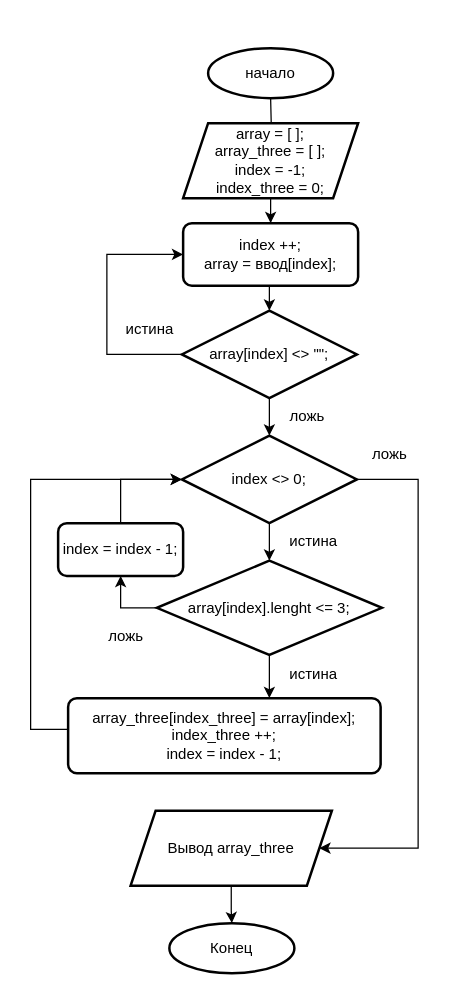
Above: final_control_work/block diagram.drawio in ArtemFinder/seminar-C- (draw.io), before the change. Source tidied: cells renumbered, new cells numbered last; positions are measured from the earlier drawing's top-left corner, leaving out a move shared by most shapes. Both pictures are drawn from the tidied source at 125%, with x=0, y=0 at pixel (30, 48).
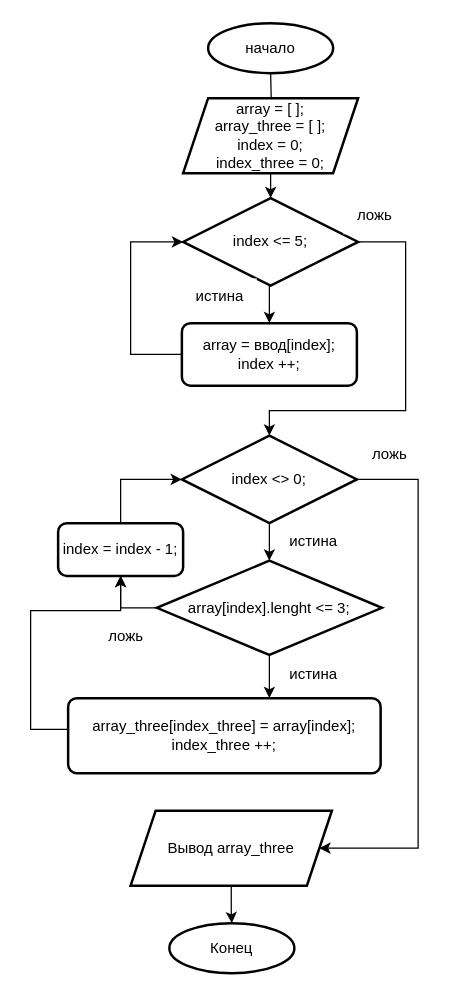
After the change.

Commit message (it also covers changes not shown here):
блок-схема

Unchanged cells that the change refers to:
```xml
<mxCell id="14" value="index &amp;lt;&amp;gt; 0;" style="rhombus;whiteSpace=wrap;html=1;strokeWidth=2;fillColor=default;gradientColor=none;" parent="1" vertex="1">
  <mxGeometry x="121" y="310" width="140" height="70" as="geometry" />
</mxCell>
<mxCell id="23" value="index = index - 1;" style="rounded=1;whiteSpace=wrap;html=1;absoluteArcSize=1;arcSize=14;strokeWidth=2;fillColor=default;gradientColor=none;" parent="1" vertex="1">
  <mxGeometry x="22" y="380" width="100" height="42.2" as="geometry" />
</mxCell>
```

Diff of the diagram source:
```diff
@@
     <mxCell id="2" style="edgeStyle=orthogonalEdgeStyle;rounded=0;jettySize=auto;html=1;" parent="1" edge="1" target="4">
       <mxGeometry relative="1" as="geometry">
-        <mxPoint x="192" y="40" as="sourcePoint" />
+        <mxPoint x="192" y="20" as="sourcePoint" />
       </mxGeometry>
     </mxCell>
-    <mxCell id="3" style="edgeStyle=orthogonalEdgeStyle;rounded=0;jettySize=auto;html=1;" parent="1" edge="1" source="4" target="9">
-      <mxGeometry relative="1" as="geometry" />
-    </mxCell>
+    <mxCell id="30" style="edgeStyle=orthogonalEdgeStyle;rounded=0;jettySize=auto;html=1;exitX=0.5;exitY=1;exitDx=0;exitDy=0;entryX=0.5;entryY=0;entryDx=0;entryDy=0;" parent="1" edge="1" source="4" target="7">
+      <mxGeometry relative="1" as="geometry" />
+    </mxCell>
-    <mxCell id="4" value="array = [ ];&lt;br&gt;array_three = [ ];&lt;br&gt;index = -1;&lt;br&gt;index_three = 0;" style="shape=parallelogram;perimeter=parallelogramPerimeter;whiteSpace=wrap;html=1;fixedSize=1;strokeWidth=2;" parent="1" vertex="1">
-      <mxGeometry x="122" y="60" width="140" height="60" as="geometry" />
+    <mxCell id="4" value="array = [ ];&lt;br&gt;array_three = [ ];&lt;br&gt;index = 0;&lt;br&gt;index_three = 0;" style="shape=parallelogram;perimeter=parallelogramPerimeter;whiteSpace=wrap;html=1;fixedSize=1;strokeWidth=2;" parent="1" vertex="1">
+      <mxGeometry x="122" y="40" width="140" height="60" as="geometry" />
     </mxCell>
-    <mxCell id="5" style="edgeStyle=orthogonalEdgeStyle;rounded=0;jettySize=auto;html=1;exitX=0;exitY=0.5;exitDx=0;exitDy=0;entryX=0;entryY=0.5;entryDx=0;entryDy=0;" parent="1" edge="1" source="7" target="9">
-      <mxGeometry relative="1" as="geometry">
-        <Array as="points">
-          <mxPoint x="61" y="245" />
-          <mxPoint x="61" y="165" />
-        </Array>
-      </mxGeometry>
+    <mxCell id="5" style="edgeStyle=orthogonalEdgeStyle;rounded=0;jettySize=auto;html=1;exitX=0.5;exitY=1;exitDx=0;exitDy=0;entryX=0.5;entryY=0;entryDx=0;entryDy=0;" parent="1" edge="1" source="7" target="9">
+      <mxGeometry relative="1" as="geometry" />
     </mxCell>
-    <mxCell id="6" style="edgeStyle=orthogonalEdgeStyle;rounded=0;jettySize=auto;html=1;" parent="1" edge="1" source="7" target="14">
-      <mxGeometry relative="1" as="geometry" />
+    <mxCell id="6" style="edgeStyle=orthogonalEdgeStyle;rounded=0;jettySize=auto;html=1;exitX=1;exitY=0.5;exitDx=0;exitDy=0;entryX=0.5;entryY=0;entryDx=0;entryDy=0;" parent="1" edge="1" source="7" target="14">
+      <mxGeometry relative="1" as="geometry">
+        <Array as="points">
+          <mxPoint x="300" y="155" />
+          <mxPoint x="300" y="290" />
+          <mxPoint x="191" y="290" />
+        </Array>
+      </mxGeometry>
     </mxCell>
-    <mxCell id="7" value="array[index] &amp;lt;&amp;gt; &quot;&quot;;" style="rhombus;whiteSpace=wrap;html=1;strokeWidth=2;" parent="1" vertex="1">
-      <mxGeometry x="121" y="210" width="140" height="70" as="geometry" />
+    <mxCell id="7" value="index &amp;lt;= 5;" style="rhombus;whiteSpace=wrap;html=1;strokeWidth=2;" parent="1" vertex="1">
+      <mxGeometry x="122" y="120" width="140" height="70" as="geometry" />
     </mxCell>
-    <mxCell id="8" style="edgeStyle=orthogonalEdgeStyle;rounded=0;jettySize=auto;html=1;exitX=0.5;exitY=1;exitDx=0;exitDy=0;entryX=0.5;entryY=0;entryDx=0;entryDy=0;" parent="1" edge="1" source="9" target="7">
-      <mxGeometry relative="1" as="geometry" />
+    <mxCell id="8" style="edgeStyle=orthogonalEdgeStyle;rounded=0;jettySize=auto;html=1;entryX=0;entryY=0.5;entryDx=0;entryDy=0;" parent="1" edge="1" source="9" target="7">
+      <mxGeometry relative="1" as="geometry">
+        <Array as="points">
+          <mxPoint x="80" y="245" />
+          <mxPoint x="80" y="155" />
+        </Array>
+      </mxGeometry>
     </mxCell>
-    <mxCell id="9" value="index ++;&lt;br&gt;array = ввод[index];" style="rounded=1;whiteSpace=wrap;html=1;absoluteArcSize=1;arcSize=14;strokeWidth=2;" parent="1" vertex="1">
-      <mxGeometry x="122" y="140" width="140" height="50" as="geometry" />
+    <mxCell id="9" value="array = ввод[index];&lt;br&gt;index ++;" style="rounded=1;whiteSpace=wrap;html=1;absoluteArcSize=1;arcSize=14;strokeWidth=2;" parent="1" vertex="1">
+      <mxGeometry x="121" y="220" width="140" height="50" as="geometry" />
     </mxCell>
     <mxCell id="10" value="начало&lt;br&gt;" style="strokeWidth=2;html=1;shape=mxgraph.flowchart.start_1;whiteSpace=wrap;" parent="1" vertex="1">
-      <mxGeometry x="142" width="100" height="40" as="geometry" />
+      <mxGeometry x="142" y="-20" width="100" height="40" as="geometry" />
     </mxCell>
     <mxCell id="11" value="истина&lt;br&gt;" style="text;html=1;align=center;verticalAlign=middle;fillColor=default;gradientColor=none;opacity=70;" parent="1" vertex="1">
-      <mxGeometry x="65" y="210" width="60" height="30" as="geometry" />
+      <mxGeometry x="121" y="184" width="60" height="30" as="geometry" />
     </mxCell>
@@
     <mxCell id="15" value="ложь" style="text;html=1;align=center;verticalAlign=middle;fillColor=default;gradientColor=none;opacity=70;" parent="1" vertex="1">
-      <mxGeometry x="196" y="280" width="50" height="30" as="geometry" />
+      <mxGeometry x="250" y="119" width="50" height="30" as="geometry" />
     </mxCell>
@@
-    <mxCell id="20" style="edgeStyle=orthogonalEdgeStyle;rounded=0;jettySize=auto;html=1;entryX=0;entryY=0.5;entryDx=0;entryDy=0;" parent="1" edge="1" source="21" target="14">
+    <mxCell id="20" style="edgeStyle=orthogonalEdgeStyle;rounded=0;jettySize=auto;html=1;entryX=0.5;entryY=1;entryDx=0;entryDy=0;" parent="1" edge="1" source="21" target="23">
       <mxGeometry relative="1" as="geometry">
         <Array as="points">
           <mxPoint y="545" />
-          <mxPoint y="345" />
+          <mxPoint y="450" />
+          <mxPoint x="72" y="450" />
         </Array>
       </mxGeometry>
     </mxCell>
-    <mxCell id="21" value="array_three[index_three]&amp;nbsp;= array[index];&lt;br&gt;index_three ++;&lt;br&gt;index = index - 1;" style="rounded=1;whiteSpace=wrap;html=1;absoluteArcSize=1;arcSize=14;strokeWidth=2;fillColor=default;gradientColor=none;" parent="1" vertex="1">
+    <mxCell id="21" value="array_three[index_three]&amp;nbsp;= array[index];&lt;br&gt;index_three ++;" style="rounded=1;whiteSpace=wrap;html=1;absoluteArcSize=1;arcSize=14;strokeWidth=2;fillColor=default;gradientColor=none;" parent="1" vertex="1">
       <mxGeometry x="30" y="520" width="250" height="60" as="geometry" />
     </mxCell>
```
